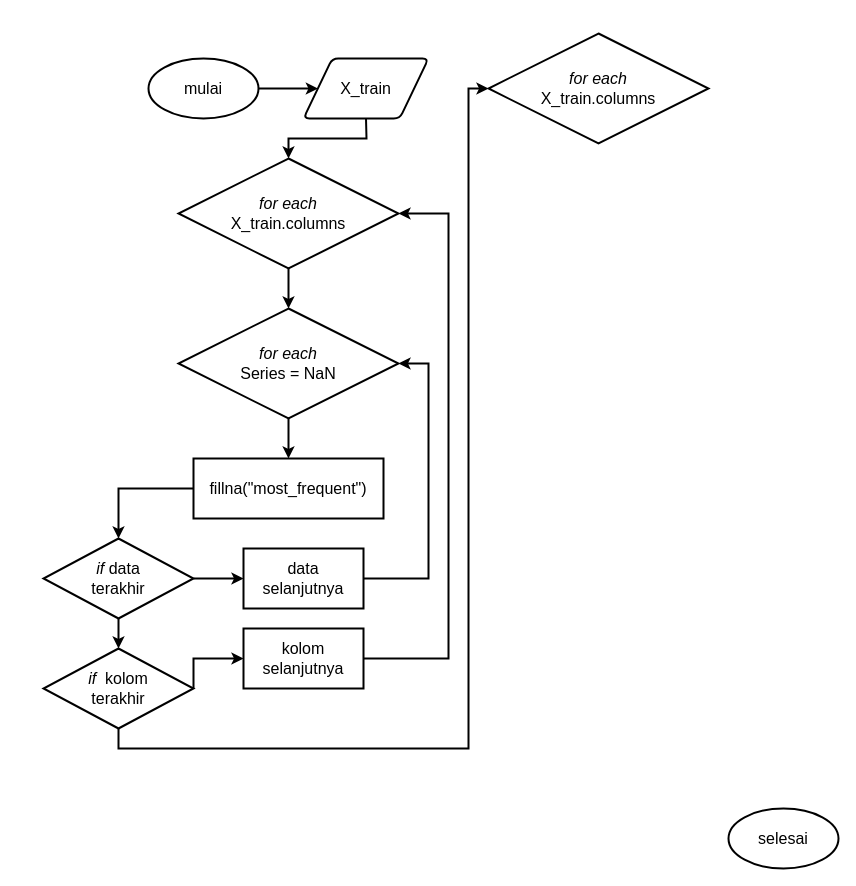
This is Images/flowchart_prep_categoric.drawio from rshby/skripsi, a draw.io file, before an edit. Source tidied: cells renumbered, new cells numbered last; positions are measured from the earlier drawing's top-left corner, leaving out a move shared by most shapes. Both pictures are drawn from the tidied source at 100%, with x=0, y=0 at pixel (43, 33).
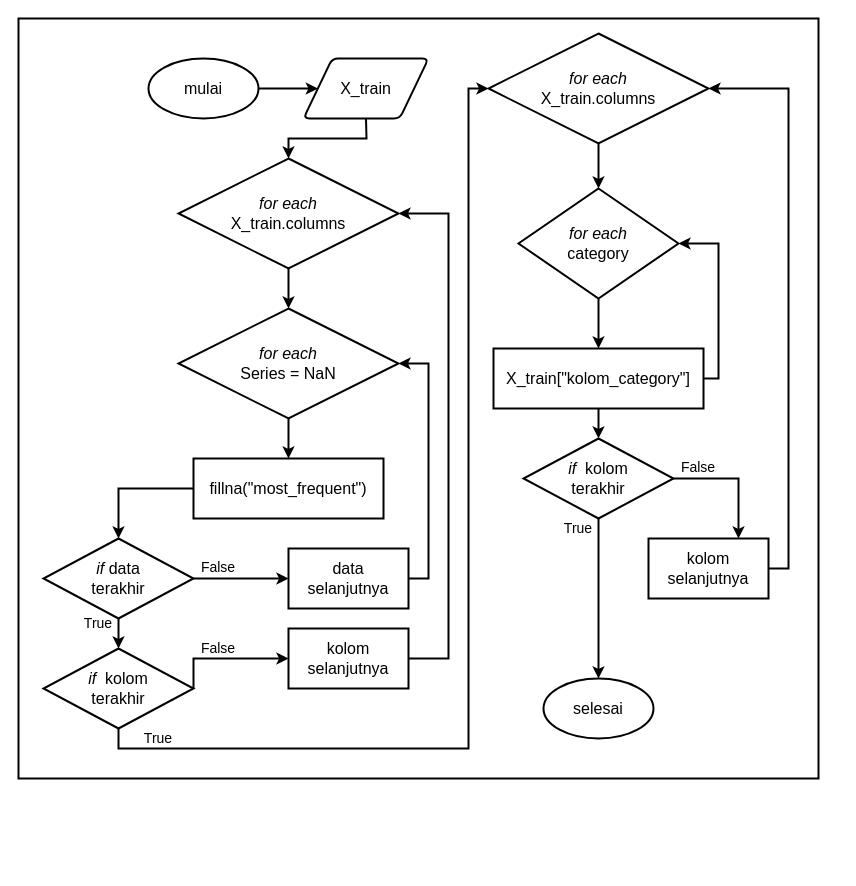
Above is the later version.

What changed in the source:
```diff
@@
+    <mxCell id="24" style="group;" parent="1" vertex="1">
+      <mxGeometry x="-25" y="-15" width="800" height="760" as="geometry" />
+    </mxCell>
+    <mxCell id="25" style="rounded=0;whiteSpace=wrap;html=1;strokeWidth=2;" parent="24" vertex="1">
+      <mxGeometry width="800" height="760" as="geometry" />
+    </mxCell>
-    <mxCell id="2" value="&lt;font style=&quot;font-size: 16px&quot;&gt;mulai&lt;/font&gt;" style="ellipse;whiteSpace=wrap;html=1;strokeWidth=2;" parent="1" vertex="1">
-      <mxGeometry x="105" y="25" width="110" height="60" as="geometry" />
+    <mxCell id="2" value="&lt;font style=&quot;font-size: 16px&quot;&gt;mulai&lt;/font&gt;" style="ellipse;whiteSpace=wrap;html=1;strokeWidth=2;" parent="24" vertex="1">
+      <mxGeometry x="130" y="40" width="110" height="60" as="geometry" />
     </mxCell>
-    <mxCell id="3" value="&lt;font style=&quot;font-size: 16px&quot;&gt;selesai&lt;/font&gt;" style="ellipse;whiteSpace=wrap;html=1;strokeWidth=2;" parent="1" vertex="1">
-      <mxGeometry x="685" y="775" width="110" height="60" as="geometry" />
+    <mxCell id="3" value="&lt;font style=&quot;font-size: 16px&quot;&gt;selesai&lt;/font&gt;" style="ellipse;whiteSpace=wrap;html=1;strokeWidth=2;" parent="24" vertex="1">
+      <mxGeometry x="525" y="660" width="110" height="60" as="geometry" />
     </mxCell>
-    <mxCell id="4" value="&lt;font style=&quot;font-size: 16px&quot;&gt;X_train&lt;/font&gt;" style="shape=parallelogram;html=1;strokeWidth=2;perimeter=parallelogramPerimeter;whiteSpace=wrap;rounded=1;arcSize=12;size=0.23;" parent="1" vertex="1">
-      <mxGeometry x="260" y="25" width="125" height="60" as="geometry" />
+    <mxCell id="4" value="&lt;font style=&quot;font-size: 16px&quot;&gt;X_train&lt;/font&gt;" style="shape=parallelogram;html=1;strokeWidth=2;perimeter=parallelogramPerimeter;whiteSpace=wrap;rounded=1;arcSize=12;size=0.23;" parent="24" vertex="1">
+      <mxGeometry x="285" y="40" width="125" height="60" as="geometry" />
     </mxCell>
-    <mxCell id="5" value="&lt;font style=&quot;font-size: 16px&quot;&gt;&lt;i&gt;for each&lt;/i&gt;&lt;br&gt;X_train.columns&lt;/font&gt;" style="rhombus;whiteSpace=wrap;html=1;strokeWidth=2;" parent="1" vertex="1">
-      <mxGeometry x="135" y="125" width="220" height="110" as="geometry" />
+    <mxCell id="5" value="&lt;font style=&quot;font-size: 16px&quot;&gt;&lt;i&gt;for each&lt;/i&gt;&lt;br&gt;X_train.columns&lt;/font&gt;" style="rhombus;whiteSpace=wrap;html=1;strokeWidth=2;" parent="24" vertex="1">
+      <mxGeometry x="160" y="140" width="220" height="110" as="geometry" />
     </mxCell>
-    <mxCell id="6" style="endArrow=classic;html=1;exitX=1;exitY=0.5;exitDx=0;exitDy=0;strokeWidth=2;entryX=0;entryY=0.5;entryDx=0;entryDy=0;" parent="1" edge="1" source="2" target="4">
+    <mxCell id="6" style="endArrow=classic;html=1;exitX=1;exitY=0.5;exitDx=0;exitDy=0;strokeWidth=2;entryX=0;entryY=0.5;entryDx=0;entryDy=0;" parent="24" edge="1" source="2" target="4">
       <mxGeometry relative="1" as="geometry" />
     </mxCell>
-    <mxCell id="7" style="endArrow=classic;html=1;strokeWidth=2;exitX=0.5;exitY=1;exitDx=0;exitDy=0;entryX=0.5;entryY=0;entryDx=0;entryDy=0;rounded=0;" parent="1" edge="1" source="4" target="5">
+    <mxCell id="7" style="endArrow=classic;html=1;strokeWidth=2;exitX=0.5;exitY=1;exitDx=0;exitDy=0;entryX=0.5;entryY=0;entryDx=0;entryDy=0;rounded=0;" parent="24" edge="1" source="4" target="5">
       <mxGeometry relative="1" as="geometry">
         <Array as="points">
-          <mxPoint x="323" y="105" />
-          <mxPoint x="245" y="105" />
+          <mxPoint x="348" y="120" />
+          <mxPoint x="270" y="120" />
         </Array>
       </mxGeometry>
     </mxCell>
-    <mxCell id="8" value="&lt;font style=&quot;font-size: 16px&quot;&gt;&lt;i&gt;for each&lt;/i&gt;&lt;br&gt;Series = NaN&lt;/font&gt;" style="rhombus;whiteSpace=wrap;html=1;strokeWidth=2;" parent="1" vertex="1">
-      <mxGeometry x="135" y="275" width="220" height="110" as="geometry" />
+    <mxCell id="8" value="&lt;font style=&quot;font-size: 16px&quot;&gt;&lt;i&gt;for each&lt;/i&gt;&lt;br&gt;Series = NaN&lt;/font&gt;" style="rhombus;whiteSpace=wrap;html=1;strokeWidth=2;" parent="24" vertex="1">
+      <mxGeometry x="160" y="290" width="220" height="110" as="geometry" />
     </mxCell>
-    <mxCell id="9" style="endArrow=classic;html=1;strokeWidth=2;exitX=0.5;exitY=1;exitDx=0;exitDy=0;entryX=0.5;entryY=0;entryDx=0;entryDy=0;" parent="1" edge="1" source="5" target="8">
+    <mxCell id="9" style="endArrow=classic;html=1;strokeWidth=2;exitX=0.5;exitY=1;exitDx=0;exitDy=0;entryX=0.5;entryY=0;entryDx=0;entryDy=0;" parent="24" edge="1" source="5" target="8">
       <mxGeometry relative="1" as="geometry" />
     </mxCell>
-    <mxCell id="10" value="&lt;font style=&quot;font-size: 16px&quot;&gt;fillna(&quot;most_frequent&quot;)&lt;/font&gt;" style="rounded=0;whiteSpace=wrap;html=1;strokeWidth=2;" parent="1" vertex="1">
-      <mxGeometry x="150" y="425" width="190" height="60" as="geometry" />
+    <mxCell id="10" value="&lt;font style=&quot;font-size: 16px&quot;&gt;fillna(&quot;most_frequent&quot;)&lt;/font&gt;" style="rounded=0;whiteSpace=wrap;html=1;strokeWidth=2;" parent="24" vertex="1">
+      <mxGeometry x="175" y="440" width="190" height="60" as="geometry" />
     </mxCell>
-    <mxCell id="11" style="endArrow=classic;html=1;strokeWidth=2;exitX=0.5;exitY=1;exitDx=0;exitDy=0;entryX=0.5;entryY=0;entryDx=0;entryDy=0;" parent="1" edge="1" source="8" target="10">
+    <mxCell id="11" style="endArrow=classic;html=1;strokeWidth=2;exitX=0.5;exitY=1;exitDx=0;exitDy=0;entryX=0.5;entryY=0;entryDx=0;entryDy=0;" parent="24" edge="1" source="8" target="10">
       <mxGeometry relative="1" as="geometry" />
     </mxCell>
-    <mxCell id="12" value="&lt;font style=&quot;font-size: 16px&quot;&gt;&lt;i&gt;if&lt;/i&gt;&amp;nbsp;data&lt;br&gt;terakhir&lt;/font&gt;" style="rhombus;whiteSpace=wrap;html=1;strokeWidth=2;" parent="1" vertex="1">
-      <mxGeometry y="505" width="150" height="80" as="geometry" />
+    <mxCell id="12" value="&lt;font style=&quot;font-size: 16px&quot;&gt;&lt;i&gt;if&lt;/i&gt;&amp;nbsp;data&lt;br&gt;terakhir&lt;/font&gt;" style="rhombus;whiteSpace=wrap;html=1;strokeWidth=2;" parent="24" vertex="1">
+      <mxGeometry x="25" y="520" width="150" height="80" as="geometry" />
     </mxCell>
-    <mxCell id="13" value="&lt;font style=&quot;font-size: 16px&quot;&gt;data&lt;br&gt;selanjutnya&lt;/font&gt;" style="rounded=0;whiteSpace=wrap;html=1;strokeWidth=2;" parent="1" vertex="1">
-      <mxGeometry x="200" y="515" width="120" height="60" as="geometry" />
+    <mxCell id="13" value="&lt;font style=&quot;font-size: 16px&quot;&gt;data&lt;br&gt;selanjutnya&lt;/font&gt;" style="rounded=0;whiteSpace=wrap;html=1;strokeWidth=2;" parent="24" vertex="1">
+      <mxGeometry x="270" y="530" width="120" height="60" as="geometry" />
     </mxCell>
-    <mxCell id="14" value="&lt;font style=&quot;font-size: 16px&quot;&gt;&lt;i&gt;if&lt;/i&gt;&amp;nbsp; kolom&lt;br&gt;terakhir&lt;/font&gt;" style="rhombus;whiteSpace=wrap;html=1;strokeWidth=2;" parent="1" vertex="1">
-      <mxGeometry y="615" width="150" height="80" as="geometry" />
+    <mxCell id="14" value="&lt;font style=&quot;font-size: 16px&quot;&gt;&lt;i&gt;if&lt;/i&gt;&amp;nbsp; kolom&lt;br&gt;terakhir&lt;/font&gt;" style="rhombus;whiteSpace=wrap;html=1;strokeWidth=2;" parent="24" vertex="1">
+      <mxGeometry x="25" y="630" width="150" height="80" as="geometry" />
     </mxCell>
-    <mxCell id="15" value="&lt;font style=&quot;font-size: 16px&quot;&gt;kolom&lt;br&gt;selanjutnya&lt;/font&gt;" style="rounded=0;whiteSpace=wrap;html=1;strokeWidth=2;" parent="1" vertex="1">
-      <mxGeometry x="200" y="595" width="120" height="60" as="geometry" />
+    <mxCell id="15" value="&lt;font style=&quot;font-size: 16px&quot;&gt;kolom&lt;br&gt;selanjutnya&lt;/font&gt;" style="rounded=0;whiteSpace=wrap;html=1;strokeWidth=2;" parent="24" vertex="1">
+      <mxGeometry x="270" y="610" width="120" height="60" as="geometry" />
     </mxCell>
-    <mxCell id="16" style="endArrow=classic;html=1;strokeWidth=2;exitX=0;exitY=0.5;exitDx=0;exitDy=0;entryX=0.5;entryY=0;entryDx=0;entryDy=0;rounded=0;" parent="1" edge="1" source="10" target="12">
+    <mxCell id="16" style="endArrow=classic;html=1;strokeWidth=2;exitX=0;exitY=0.5;exitDx=0;exitDy=0;entryX=0.5;entryY=0;entryDx=0;entryDy=0;rounded=0;" parent="24" edge="1" source="10" target="12">
       <mxGeometry relative="1" as="geometry">
         <Array as="points">
-          <mxPoint x="75" y="455" />
+          <mxPoint x="100" y="470" />
         </Array>
       </mxGeometry>
     </mxCell>
-    <mxCell id="17" style="endArrow=classic;html=1;strokeWidth=2;exitX=1;exitY=0.5;exitDx=0;exitDy=0;entryX=1;entryY=0.5;entryDx=0;entryDy=0;rounded=0;" parent="1" edge="1" source="13" target="8">
+    <mxCell id="17" style="endArrow=classic;html=1;strokeWidth=2;exitX=1;exitY=0.5;exitDx=0;exitDy=0;entryX=1;entryY=0.5;entryDx=0;entryDy=0;rounded=0;" parent="24" edge="1" source="13" target="8">
       <mxGeometry relative="1" as="geometry">
         <Array as="points">
-          <mxPoint x="385" y="545" />
-          <mxPoint x="385" y="330" />
+          <mxPoint x="410" y="560" />
+          <mxPoint x="410" y="345" />
         </Array>
       </mxGeometry>
     </mxCell>
-    <mxCell id="18" style="endArrow=classic;html=1;strokeWidth=2;exitX=1;exitY=0.5;exitDx=0;exitDy=0;entryX=1;entryY=0.5;entryDx=0;entryDy=0;rounded=0;" parent="1" edge="1" source="15" target="5">
+    <mxCell id="18" style="endArrow=classic;html=1;strokeWidth=2;exitX=1;exitY=0.5;exitDx=0;exitDy=0;entryX=1;entryY=0.5;entryDx=0;entryDy=0;rounded=0;" parent="24" edge="1" source="15" target="5">
       <mxGeometry relative="1" as="geometry">
         <Array as="points">
-          <mxPoint x="405" y="625" />
-          <mxPoint x="405" y="180" />
+          <mxPoint x="430" y="640" />
+          <mxPoint x="430" y="195" />
         </Array>
       </mxGeometry>
     </mxCell>
-    <mxCell id="19" style="endArrow=classic;html=1;strokeWidth=2;exitX=1;exitY=0.5;exitDx=0;exitDy=0;entryX=0;entryY=0.5;entryDx=0;entryDy=0;" parent="1" edge="1" source="12" target="13">
+    <mxCell id="19" style="endArrow=classic;html=1;strokeWidth=2;exitX=1;exitY=0.5;exitDx=0;exitDy=0;entryX=0;entryY=0.5;entryDx=0;entryDy=0;" parent="24" edge="1" source="12" target="13">
       <mxGeometry relative="1" as="geometry" />
     </mxCell>
-    <mxCell id="20" style="endArrow=classic;html=1;strokeWidth=2;exitX=0.5;exitY=1;exitDx=0;exitDy=0;" parent="1" edge="1" source="12">
+    <mxCell id="20" style="endArrow=classic;html=1;strokeWidth=2;exitX=0.5;exitY=1;exitDx=0;exitDy=0;" parent="24" edge="1" source="12">
       <mxGeometry relative="1" as="geometry">
-        <mxPoint x="75" y="615" as="targetPoint" />
+        <mxPoint x="100" y="630" as="targetPoint" />
       </mxGeometry>
     </mxCell>
-    <mxCell id="21" style="endArrow=classic;html=1;strokeWidth=2;exitX=1;exitY=0.5;exitDx=0;exitDy=0;entryX=0;entryY=0.5;entryDx=0;entryDy=0;rounded=0;" parent="1" edge="1" source="14" target="15">
+    <mxCell id="21" style="endArrow=classic;html=1;strokeWidth=2;exitX=1;exitY=0.5;exitDx=0;exitDy=0;entryX=0;entryY=0.5;entryDx=0;entryDy=0;rounded=0;" parent="24" edge="1" source="14" target="15">
       <mxGeometry relative="1" as="geometry">
         <Array as="points">
-          <mxPoint x="150" y="625" />
+          <mxPoint x="175" y="640" />
         </Array>
       </mxGeometry>
     </mxCell>
-    <mxCell id="22" value="&lt;font style=&quot;font-size: 16px&quot;&gt;&lt;i&gt;for each&lt;/i&gt;&lt;br&gt;X_train.columns&lt;/font&gt;" style="rhombus;whiteSpace=wrap;html=1;strokeWidth=2;" parent="1" vertex="1">
-      <mxGeometry x="445" width="220" height="110" as="geometry" />
+    <mxCell id="22" value="&lt;font style=&quot;font-size: 16px&quot;&gt;&lt;i&gt;for each&lt;/i&gt;&lt;br&gt;X_train.columns&lt;/font&gt;" style="rhombus;whiteSpace=wrap;html=1;strokeWidth=2;" parent="24" vertex="1">
+      <mxGeometry x="470" y="15" width="220" height="110" as="geometry" />
     </mxCell>
-    <mxCell id="23" style="endArrow=classic;html=1;strokeWidth=2;exitX=0.5;exitY=1;exitDx=0;exitDy=0;entryX=0;entryY=0.5;entryDx=0;entryDy=0;rounded=0;" parent="1" edge="1" source="14" target="22">
+    <mxCell id="23" style="endArrow=classic;html=1;strokeWidth=2;exitX=0.5;exitY=1;exitDx=0;exitDy=0;entryX=0;entryY=0.5;entryDx=0;entryDy=0;rounded=0;" parent="24" edge="1" source="14" target="22">
       <mxGeometry relative="1" as="geometry">
         <Array as="points">
-          <mxPoint x="75" y="715" />
-          <mxPoint x="425" y="715" />
-          <mxPoint x="425" y="55" />
+          <mxPoint x="100" y="730" />
+          <mxPoint x="450" y="730" />
+          <mxPoint x="450" y="70" />
         </Array>
       </mxGeometry>
     </mxCell>
+    <mxCell id="26" value="&lt;font style=&quot;font-size: 16px&quot;&gt;&lt;i&gt;for each&lt;/i&gt;&lt;br&gt;category&lt;/font&gt;" style="rhombus;whiteSpace=wrap;html=1;strokeWidth=2;" parent="24" vertex="1">
+      <mxGeometry x="500" y="170" width="160" height="110" as="geometry" />
+    </mxCell>
+    <mxCell id="27" value="&lt;font style=&quot;font-size: 16px&quot;&gt;&lt;i&gt;if&lt;/i&gt;&amp;nbsp; kolom&lt;br&gt;terakhir&lt;/font&gt;" style="rhombus;whiteSpace=wrap;html=1;strokeWidth=2;" parent="24" vertex="1">
+      <mxGeometry x="505" y="420" width="150" height="80" as="geometry" />
+    </mxCell>
+    <mxCell id="28" value="&lt;font style=&quot;font-size: 16px&quot;&gt;X_train[&quot;kolom_category&quot;]&lt;/font&gt;" style="rounded=0;whiteSpace=wrap;html=1;strokeWidth=2;" parent="24" vertex="1">
+      <mxGeometry x="475" y="330" width="210" height="60" as="geometry" />
+    </mxCell>
+    <mxCell id="29" value="&lt;font style=&quot;font-size: 16px&quot;&gt;kolom&lt;br&gt;selanjutnya&lt;/font&gt;" style="rounded=0;whiteSpace=wrap;html=1;strokeWidth=2;" parent="24" vertex="1">
+      <mxGeometry x="630" y="520" width="120" height="60" as="geometry" />
+    </mxCell>
+    <mxCell id="30" style="endArrow=classic;html=1;strokeWidth=2;exitX=0.5;exitY=1;exitDx=0;exitDy=0;entryX=0.5;entryY=0;entryDx=0;entryDy=0;" parent="24" edge="1" source="22" target="26">
+      <mxGeometry relative="1" as="geometry" />
+    </mxCell>
+    <mxCell id="31" style="endArrow=classic;html=1;strokeWidth=2;exitX=0.5;exitY=1;exitDx=0;exitDy=0;entryX=0.5;entryY=0;entryDx=0;entryDy=0;" parent="24" edge="1" source="26" target="28">
+      <mxGeometry relative="1" as="geometry" />
+    </mxCell>
+    <mxCell id="32" style="endArrow=classic;html=1;strokeWidth=2;exitX=0.5;exitY=1;exitDx=0;exitDy=0;entryX=0.5;entryY=0;entryDx=0;entryDy=0;" parent="24" edge="1" source="28" target="27">
+      <mxGeometry relative="1" as="geometry" />
+    </mxCell>
+    <mxCell id="33" style="endArrow=classic;html=1;strokeWidth=2;exitX=1;exitY=0.5;exitDx=0;exitDy=0;entryX=1;entryY=0.5;entryDx=0;entryDy=0;rounded=0;" parent="24" edge="1" source="28" target="26">
+      <mxGeometry relative="1" as="geometry">
+        <Array as="points">
+          <mxPoint x="700" y="360" />
+          <mxPoint x="700" y="225" />
+        </Array>
+      </mxGeometry>
+    </mxCell>
+    <mxCell id="34" style="endArrow=classic;html=1;strokeWidth=2;exitX=1;exitY=0.5;exitDx=0;exitDy=0;entryX=0.75;entryY=0;entryDx=0;entryDy=0;rounded=0;" parent="24" edge="1" source="27" target="29">
+      <mxGeometry relative="1" as="geometry">
+        <Array as="points">
+          <mxPoint x="720" y="460" />
+        </Array>
+      </mxGeometry>
+    </mxCell>
+    <mxCell id="35" style="endArrow=classic;html=1;strokeWidth=2;exitX=0.5;exitY=1;exitDx=0;exitDy=0;entryX=0.5;entryY=0;entryDx=0;entryDy=0;" parent="24" edge="1" source="27" target="3">
+      <mxGeometry relative="1" as="geometry" />
+    </mxCell>
+    <mxCell id="36" style="endArrow=classic;html=1;strokeWidth=2;exitX=1;exitY=0.5;exitDx=0;exitDy=0;entryX=1;entryY=0.5;entryDx=0;entryDy=0;rounded=0;" parent="24" edge="1" source="29" target="22">
+      <mxGeometry relative="1" as="geometry">
+        <Array as="points">
+          <mxPoint x="770" y="550" />
+          <mxPoint x="770" y="70" />
+        </Array>
+      </mxGeometry>
+    </mxCell>
+    <mxCell id="37" value="&lt;font style=&quot;font-size: 14px&quot;&gt;True&lt;/font&gt;" style="text;html=1;strokeColor=none;fillColor=none;align=center;verticalAlign=middle;whiteSpace=wrap;rounded=0;" parent="24" vertex="1">
+      <mxGeometry x="60" y="595" width="40" height="20" as="geometry" />
+    </mxCell>
+    <mxCell id="38" value="&lt;font style=&quot;font-size: 14px&quot;&gt;False&lt;/font&gt;" style="text;html=1;strokeColor=none;fillColor=none;align=center;verticalAlign=middle;whiteSpace=wrap;rounded=0;" parent="24" vertex="1">
+      <mxGeometry x="180" y="539" width="40" height="20" as="geometry" />
+    </mxCell>
+    <mxCell id="39" value="&lt;font style=&quot;font-size: 14px&quot;&gt;False&lt;/font&gt;" style="text;html=1;strokeColor=none;fillColor=none;align=center;verticalAlign=middle;whiteSpace=wrap;rounded=0;" parent="24" vertex="1">
+      <mxGeometry x="180" y="620" width="40" height="20" as="geometry" />
+    </mxCell>
+    <mxCell id="40" value="&lt;font style=&quot;font-size: 14px&quot;&gt;True&lt;/font&gt;" style="text;html=1;strokeColor=none;fillColor=none;align=center;verticalAlign=middle;whiteSpace=wrap;rounded=0;" parent="24" vertex="1">
+      <mxGeometry x="120" y="710" width="40" height="20" as="geometry" />
+    </mxCell>
+    <mxCell id="41" value="&lt;font style=&quot;font-size: 14px&quot;&gt;False&lt;/font&gt;" style="text;html=1;strokeColor=none;fillColor=none;align=center;verticalAlign=middle;whiteSpace=wrap;rounded=0;" parent="24" vertex="1">
+      <mxGeometry x="660" y="439" width="40" height="20" as="geometry" />
+    </mxCell>
+    <mxCell id="42" value="&lt;font style=&quot;font-size: 14px&quot;&gt;True&lt;/font&gt;" style="text;html=1;strokeColor=none;fillColor=none;align=center;verticalAlign=middle;whiteSpace=wrap;rounded=0;" parent="24" vertex="1">
+      <mxGeometry x="540" y="500" width="40" height="20" as="geometry" />
+    </mxCell>
```
